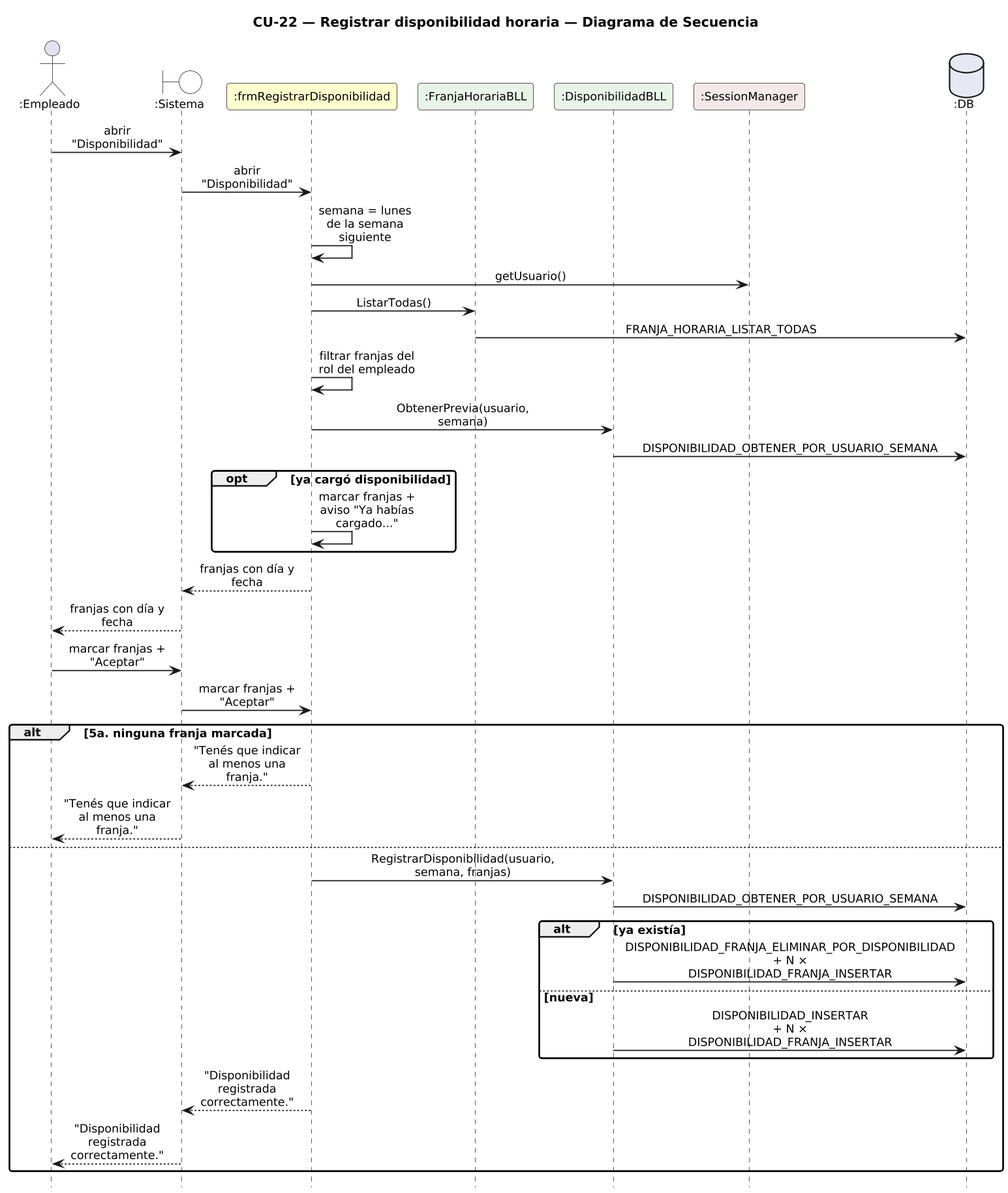
Earlier version of the PlantUML export DIAGRAMAS/DiagramaSecuencia_CU22_RegistrarDisponibilidad.png (Urrels/ingenieria_software). Source of this version:
```plantuml
@startuml DiagramaSecuencia_CU22_RegistrarDisponibilidad

title CU-22 — Registrar disponibilidad horaria — Diagrama de Secuencia

skinparam shadowing false
skinparam roundcorner 6
skinparam sequenceArrowThickness 1.2
skinparam ParticipantPadding 6
skinparam BoxPadding 4
skinparam maxMessageSize 115
skinparam sequenceMessageAlign center
skinparam defaultFontSize 12
skinparam dpi 140
hide footbox

actor ":Empleado" as E
boundary ":Sistema" as SYS #FFFFFF
participant ":frmRegistrarDisponibilidad" as F #FEFECE
participant ":FranjaHorariaBLL" as FB #E8F4E8
participant ":DisponibilidadBLL" as D #E8F4E8
participant ":SessionManager" as S #F4E8E8
database ":DB" as DB #E8E8F4

E -> SYS : abrir "Disponibilidad"
SYS -> F : abrir "Disponibilidad"
F -> F : semana = lunes de la semana siguiente
F -> S : getUsuario()
F -> FB : ListarTodas()
FB -> DB : FRANJA_HORARIA_LISTAR_TODAS
F -> F : filtrar franjas del rol del empleado
F -> D : ObtenerPrevia(usuario, semana)
D -> DB : DISPONIBILIDAD_OBTENER_POR_USUARIO_SEMANA
opt ya cargó disponibilidad
  F -> F : marcar franjas + aviso "Ya habías cargado..."
end
F --> SYS : franjas con día y fecha
SYS --> E : franjas con día y fecha
E -> SYS : marcar franjas + "Aceptar"
SYS -> F : marcar franjas + "Aceptar"
alt 5a. ninguna franja marcada
  F --> SYS : "Tenés que indicar al menos una franja."
  SYS --> E : "Tenés que indicar al menos una franja."
else
  F -> D : RegistrarDisponibilidad(usuario, semana, franjas)
  D -> DB : DISPONIBILIDAD_OBTENER_POR_USUARIO_SEMANA
  alt ya existía
    D -> DB : DISPONIBILIDAD_FRANJA_ELIMINAR_POR_DISPONIBILIDAD\n+ N × DISPONIBILIDAD_FRANJA_INSERTAR
  else nueva
    D -> DB : DISPONIBILIDAD_INSERTAR\n+ N × DISPONIBILIDAD_FRANJA_INSERTAR
  end
  F --> SYS : "Disponibilidad registrada correctamente."
  SYS --> E : "Disponibilidad registrada correctamente."
end

@enduml
```
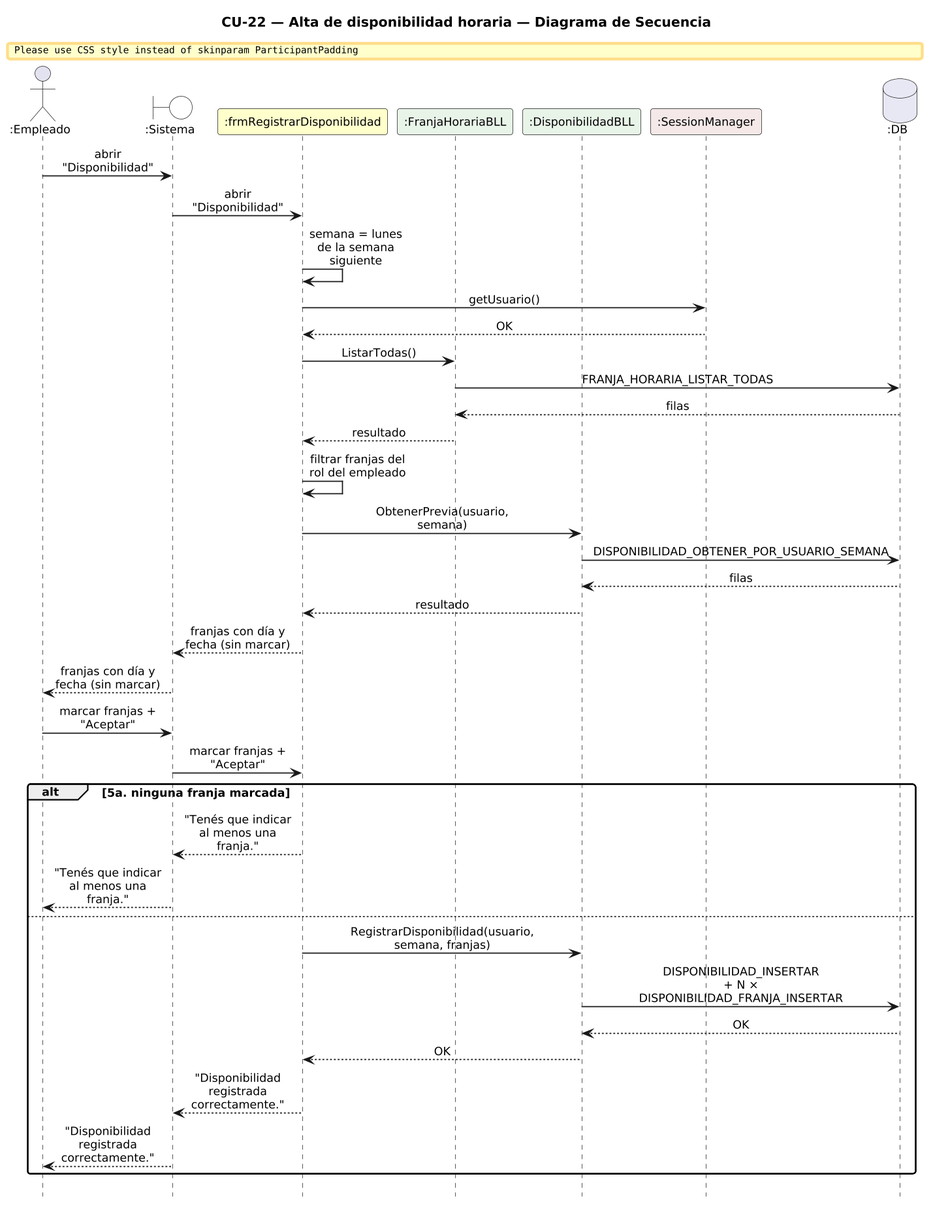
The same diagram one commit later.

Diff of the diagram source:
```diff
@@ -1,6 +1,6 @@
 @startuml DiagramaSecuencia_CU22_RegistrarDisponibilidad
 
-title CU-22 — Registrar disponibilidad horaria — Diagrama de Secuencia
+title CU-22 — Alta de disponibilidad horaria — Diagrama de Secuencia
 
 skinparam shadowing false
 skinparam roundcorner 6
@@ -25,16 +25,18 @@
 SYS -> F : abrir "Disponibilidad"
 F -> F : semana = lunes de la semana siguiente
 F -> S : getUsuario()
+S --> F : OK
 F -> FB : ListarTodas()
 FB -> DB : FRANJA_HORARIA_LISTAR_TODAS
+DB --> FB : filas
+FB --> F : resultado
 F -> F : filtrar franjas del rol del empleado
 F -> D : ObtenerPrevia(usuario, semana)
 D -> DB : DISPONIBILIDAD_OBTENER_POR_USUARIO_SEMANA
-opt ya cargó disponibilidad
-  F -> F : marcar franjas + aviso "Ya habías cargado..."
-end
-F --> SYS : franjas con día y fecha
-SYS --> E : franjas con día y fecha
+DB --> D : filas
+D --> F : resultado
+F --> SYS : franjas con día y fecha (sin marcar)
+SYS --> E : franjas con día y fecha (sin marcar)
 E -> SYS : marcar franjas + "Aceptar"
 SYS -> F : marcar franjas + "Aceptar"
 alt 5a. ninguna franja marcada
@@ -42,12 +44,9 @@
   SYS --> E : "Tenés que indicar al menos una franja."
 else
   F -> D : RegistrarDisponibilidad(usuario, semana, franjas)
-  D -> DB : DISPONIBILIDAD_OBTENER_POR_USUARIO_SEMANA
-  alt ya existía
-    D -> DB : DISPONIBILIDAD_FRANJA_ELIMINAR_POR_DISPONIBILIDAD\n+ N × DISPONIBILIDAD_FRANJA_INSERTAR
-  else nueva
-    D -> DB : DISPONIBILIDAD_INSERTAR\n+ N × DISPONIBILIDAD_FRANJA_INSERTAR
-  end
+  D -> DB : DISPONIBILIDAD_INSERTAR\n+ N × DISPONIBILIDAD_FRANJA_INSERTAR
+  DB --> D : OK
+  D --> F : OK
   F --> SYS : "Disponibilidad registrada correctamente."
   SYS --> E : "Disponibilidad registrada correctamente."
 end
```
